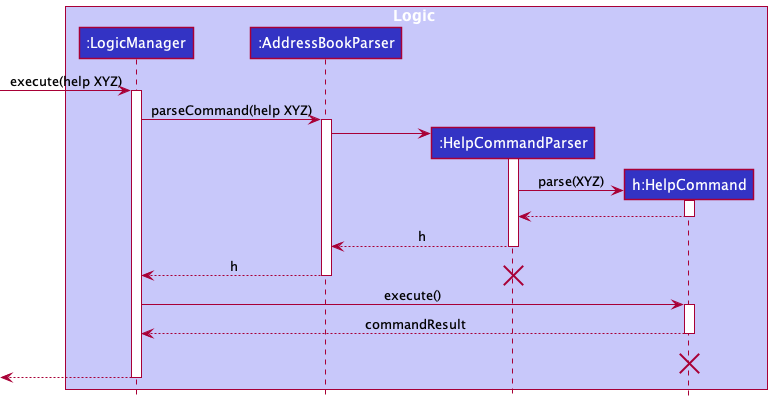
Before: docs/images/HelpSequenceDiagram.png, a diagram exported from PlantUML (stanley-1/tp). Source of this version:
```plantuml
@startuml
!include style.puml

box Logic LOGIC_COLOR_T1
participant ":LogicManager" as LogicManager LOGIC_COLOR
participant ":AddressBookParser" as AddressBookParser LOGIC_COLOR
participant ":HelpCommandParser" as HelpCommandParser LOGIC_COLOR
participant "h:HelpCommand" as HelpCommand LOGIC_COLOR
end box


[-> LogicManager : execute(help XYZ)
activate LogicManager

LogicManager -> AddressBookParser : parseCommand(help XYZ)
activate AddressBookParser

create HelpCommandParser
AddressBookParser -> HelpCommandParser
activate HelpCommandParser

create HelpCommand
HelpCommandParser -> HelpCommand : parse(XYZ)
activate HelpCommand
HelpCommand --> HelpCommandParser :
deactivate HelpCommand

HelpCommandParser --> AddressBookParser :h
deactivate HelpCommandParser
deactivate HelpCommand

AddressBookParser --> LogicManager : h
deactivate AddressBookParser
destroy HelpCommandParser

LogicManager -> HelpCommand : execute()
activate HelpCommand

HelpCommand --> LogicManager : commandResult
deactivate HelpCommand
HelpCommand -[hidden]-> LogicManager : result
destroy HelpCommand

[<--LogicManager
deactivate LogicManager
@enduml
```
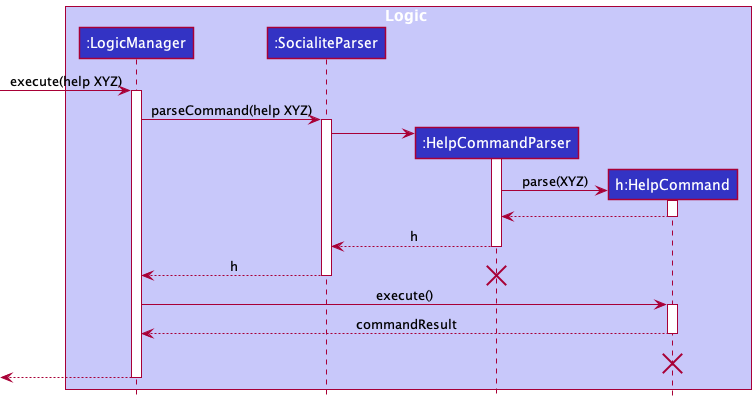
The same diagram one commit later.

Commit message:
Replace reference to `AddressBookParser` with `SocialiteParser`

The edit, as a diff of the source:
```diff
@@ -3,7 +3,7 @@
 
 box Logic LOGIC_COLOR_T1
 participant ":LogicManager" as LogicManager LOGIC_COLOR
-participant ":AddressBookParser" as AddressBookParser LOGIC_COLOR
+participant ":SocialiteParser" as SocialiteParser LOGIC_COLOR
 participant ":HelpCommandParser" as HelpCommandParser LOGIC_COLOR
 participant "h:HelpCommand" as HelpCommand LOGIC_COLOR
 end box
@@ -12,11 +12,11 @@
 [-> LogicManager : execute(help XYZ)
 activate LogicManager
 
-LogicManager -> AddressBookParser : parseCommand(help XYZ)
-activate AddressBookParser
+LogicManager -> SocialiteParser : parseCommand(help XYZ)
+activate SocialiteParser
 
 create HelpCommandParser
-AddressBookParser -> HelpCommandParser
+SocialiteParser -> HelpCommandParser
 activate HelpCommandParser
 
 create HelpCommand
@@ -25,12 +25,12 @@
 HelpCommand --> HelpCommandParser :
 deactivate HelpCommand
 
-HelpCommandParser --> AddressBookParser :h
+HelpCommandParser --> SocialiteParser :h
 deactivate HelpCommandParser
 deactivate HelpCommand
 
-AddressBookParser --> LogicManager : h
-deactivate AddressBookParser
+SocialiteParser --> LogicManager : h
+deactivate SocialiteParser
 destroy HelpCommandParser
 
 LogicManager -> HelpCommand : execute()
```
